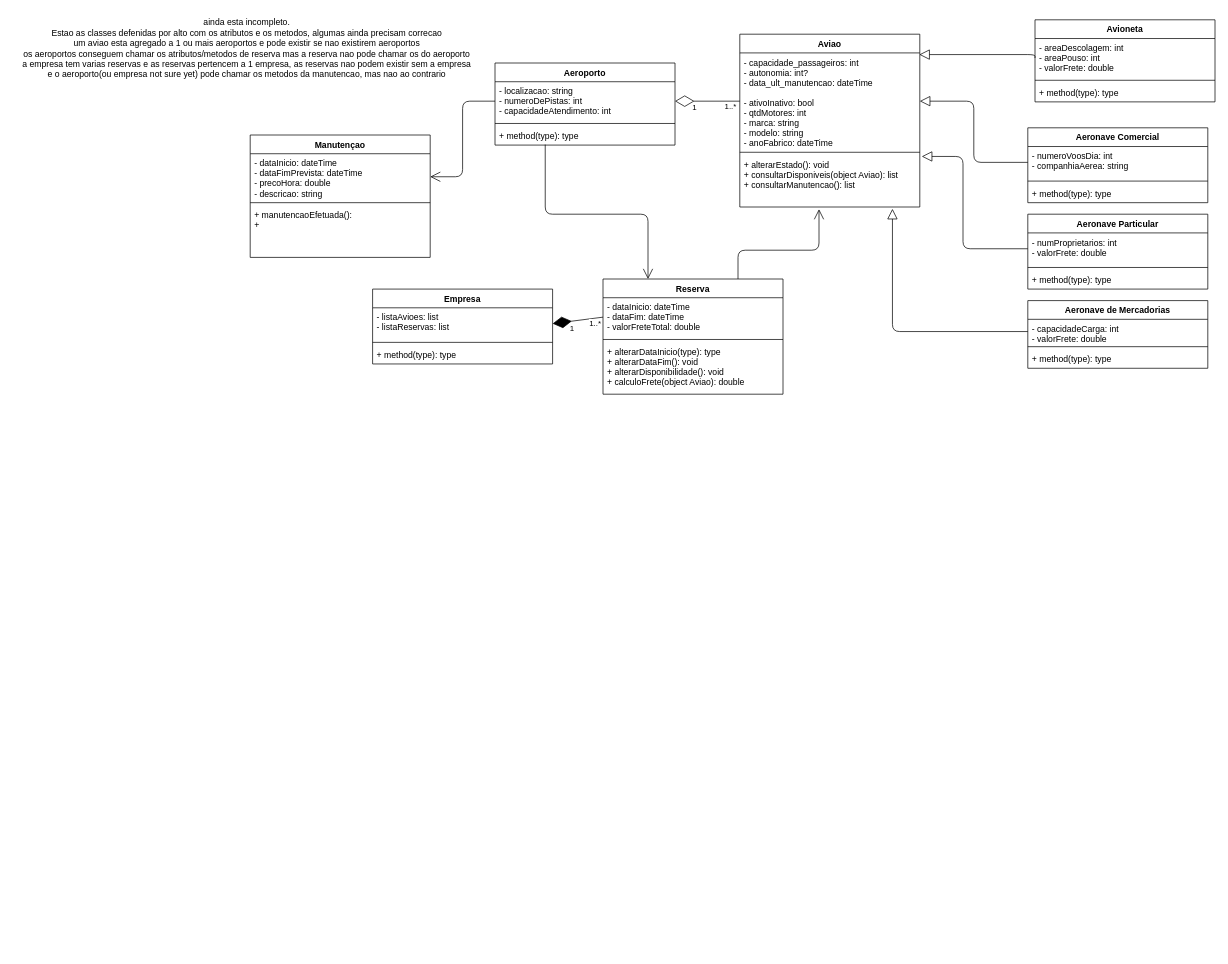
Earlier version of the draw.io diagram planning.drawio (fabi0wz/Freight-Control-AeroMils). Source tidied: cells renumbered, new cells numbered last; positions are measured from the earlier drawing's top-left corner, leaving out a move shared by most shapes. Both pictures are drawn from the tidied source at 72%, with x=0, y=0 at pixel (12, 12).
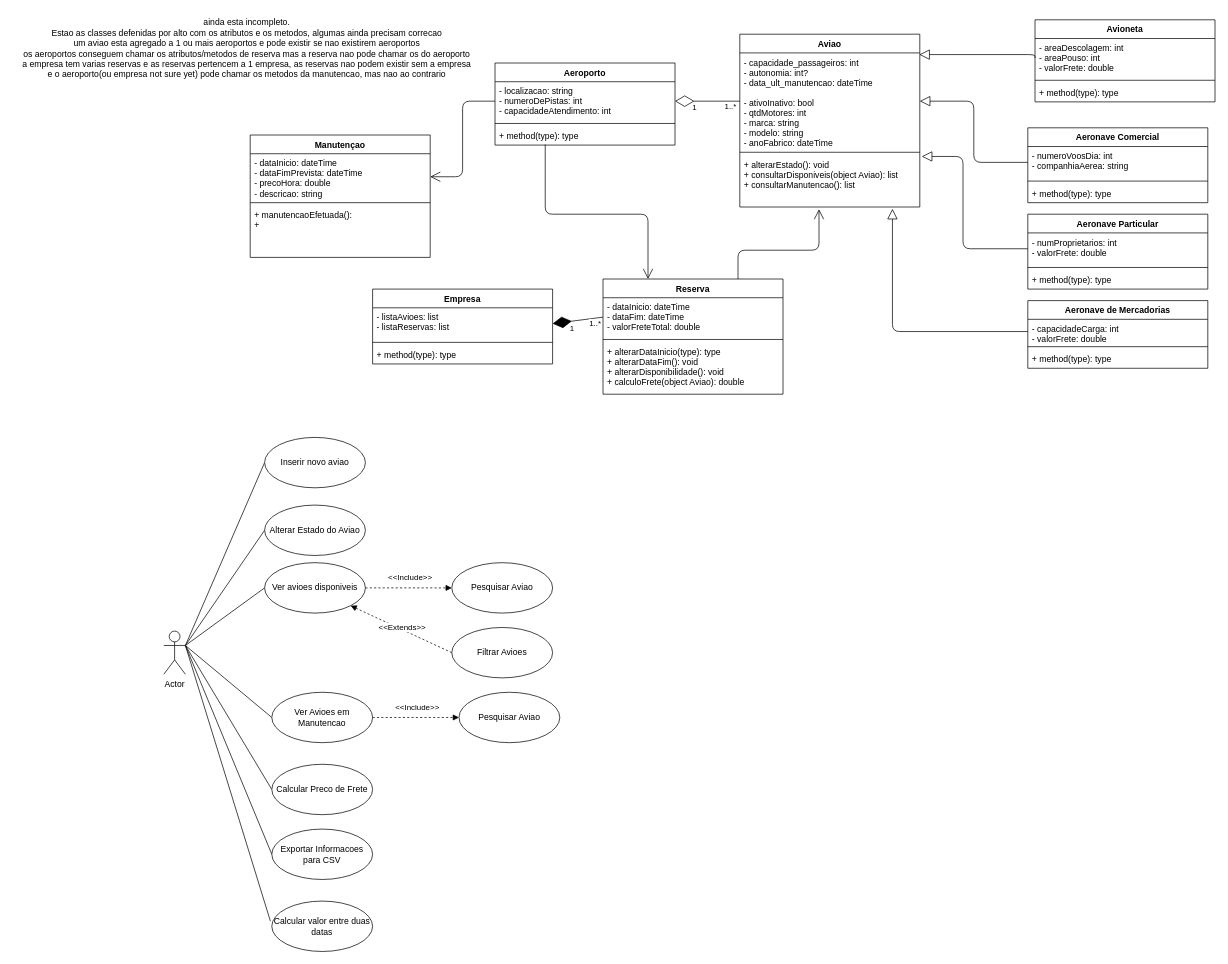
The same diagram, later.

Diff of the diagram source:
```diff
@@
+    <mxCell id="52" style="edgeStyle=none;html=1;exitX=1;exitY=0.3333333333333333;exitDx=0;exitDy=0;exitPerimeter=0;entryX=0;entryY=0.5;entryDx=0;entryDy=0;endArrow=none;endFill=0;" parent="1" edge="1" source="59" target="60">
+      <mxGeometry relative="1" as="geometry" />
+    </mxCell>
+    <mxCell id="53" style="edgeStyle=none;html=1;exitX=1;exitY=0.3333333333333333;exitDx=0;exitDy=0;exitPerimeter=0;entryX=0;entryY=0.5;entryDx=0;entryDy=0;endArrow=none;endFill=0;" parent="1" edge="1" source="59" target="61">
+      <mxGeometry relative="1" as="geometry" />
+    </mxCell>
+    <mxCell id="54" style="edgeStyle=none;html=1;exitX=1;exitY=0.3333333333333333;exitDx=0;exitDy=0;exitPerimeter=0;entryX=0;entryY=0.5;entryDx=0;entryDy=0;endArrow=none;endFill=0;" parent="1" edge="1" source="59" target="64">
+      <mxGeometry relative="1" as="geometry" />
+    </mxCell>
+    <mxCell id="55" style="edgeStyle=none;html=1;exitX=1;exitY=0.3333333333333333;exitDx=0;exitDy=0;exitPerimeter=0;entryX=0;entryY=0.5;entryDx=0;entryDy=0;endArrow=none;endFill=0;" parent="1" edge="1" source="59" target="69">
+      <mxGeometry relative="1" as="geometry" />
+    </mxCell>
+    <mxCell id="56" style="edgeStyle=none;html=1;exitX=1;exitY=0.3333333333333333;exitDx=0;exitDy=0;exitPerimeter=0;entryX=0;entryY=0.5;entryDx=0;entryDy=0;endArrow=none;endFill=0;" parent="1" edge="1" source="59" target="73">
+      <mxGeometry relative="1" as="geometry" />
+    </mxCell>
+    <mxCell id="57" style="edgeStyle=none;html=1;exitX=1;exitY=0.3333333333333333;exitDx=0;exitDy=0;exitPerimeter=0;entryX=0;entryY=0.5;entryDx=0;entryDy=0;endArrow=none;endFill=0;" parent="1" edge="1" source="59" target="74">
+      <mxGeometry relative="1" as="geometry" />
+    </mxCell>
+    <mxCell id="58" style="edgeStyle=none;html=1;exitX=1;exitY=0.3333333333333333;exitDx=0;exitDy=0;exitPerimeter=0;entryX=-0.014;entryY=0.397;entryDx=0;entryDy=0;entryPerimeter=0;endArrow=none;endFill=0;" parent="1" edge="1" source="59" target="75">
+      <mxGeometry relative="1" as="geometry" />
+    </mxCell>
+    <mxCell id="59" value="Actor" style="shape=umlActor;verticalLabelPosition=bottom;verticalAlign=top;html=1;" parent="1" vertex="1">
+      <mxGeometry x="210" y="859" width="30" height="60" as="geometry" />
+    </mxCell>
+    <mxCell id="60" value="Inserir novo aviao" style="ellipse;whiteSpace=wrap;html=1;" parent="1" vertex="1">
+      <mxGeometry x="350" y="590" width="140" height="70" as="geometry" />
+    </mxCell>
+    <mxCell id="61" value="Alterar Estado do Aviao" style="ellipse;whiteSpace=wrap;html=1;" parent="1" vertex="1">
+      <mxGeometry x="350" y="684" width="140" height="70" as="geometry" />
+    </mxCell>
+    <mxCell id="62" style="edgeStyle=none;html=1;exitX=1;exitY=0.5;exitDx=0;exitDy=0;entryX=0;entryY=0.5;entryDx=0;entryDy=0;endArrow=block;endFill=1;dashed=1;" parent="1" edge="1" source="64" target="65">
+      <mxGeometry relative="1" as="geometry" />
+    </mxCell>
+    <mxCell id="63" value="&amp;lt;&amp;lt;Include&amp;gt;&amp;gt;" style="edgeLabel;html=1;align=center;verticalAlign=middle;" parent="62" vertex="1">
+      <mxGeometry x="-0.44" y="3" relative="1" as="geometry">
+        <mxPoint x="27" y="-12" as="offset" />
+      </mxGeometry>
+    </mxCell>
+    <mxCell id="64" value="Ver avioes disponiveis" style="ellipse;whiteSpace=wrap;html=1;" parent="1" vertex="1">
+      <mxGeometry x="350" y="764" width="140" height="70" as="geometry" />
+    </mxCell>
+    <mxCell id="65" value="Pesquisar Aviao" style="ellipse;whiteSpace=wrap;html=1;" parent="1" vertex="1">
+      <mxGeometry x="610" y="764" width="140" height="70" as="geometry" />
+    </mxCell>
+    <mxCell id="66" style="edgeStyle=none;html=1;exitX=0;exitY=0.5;exitDx=0;exitDy=0;entryX=1;entryY=1;entryDx=0;entryDy=0;dashed=1;endArrow=block;endFill=1;" parent="1" edge="1" source="68" target="64">
+      <mxGeometry relative="1" as="geometry" />
+    </mxCell>
+    <mxCell id="67" value="&amp;lt;&amp;lt;Extends&amp;gt;&amp;gt;" style="edgeLabel;html=1;align=center;verticalAlign=middle;" parent="66" vertex="1">
+      <mxGeometry x="0.5" y="3" relative="1" as="geometry">
+        <mxPoint x="37" y="11" as="offset" />
+      </mxGeometry>
+    </mxCell>
+    <mxCell id="68" value="Filtrar Avioes" style="ellipse;whiteSpace=wrap;html=1;" parent="1" vertex="1">
+      <mxGeometry x="610" y="854" width="140" height="70" as="geometry" />
+    </mxCell>
+    <mxCell id="69" value="Ver Avioes em Manutencao" style="ellipse;whiteSpace=wrap;html=1;" parent="1" vertex="1">
+      <mxGeometry x="360" y="944" width="140" height="70" as="geometry" />
+    </mxCell>
+    <mxCell id="70" style="edgeStyle=none;html=1;exitX=1;exitY=0.5;exitDx=0;exitDy=0;entryX=0;entryY=0.5;entryDx=0;entryDy=0;endArrow=block;endFill=1;dashed=1;" parent="1" edge="1" source="69" target="72">
+      <mxGeometry relative="1" as="geometry" />
+    </mxCell>
+    <mxCell id="71" value="&amp;lt;&amp;lt;Include&amp;gt;&amp;gt;" style="edgeLabel;html=1;align=center;verticalAlign=middle;" parent="70" vertex="1">
+      <mxGeometry x="-0.44" y="3" relative="1" as="geometry">
+        <mxPoint x="27" y="-12" as="offset" />
+      </mxGeometry>
+    </mxCell>
+    <mxCell id="72" value="Pesquisar Aviao" style="ellipse;whiteSpace=wrap;html=1;" parent="1" vertex="1">
+      <mxGeometry x="620" y="944" width="140" height="70" as="geometry" />
+    </mxCell>
+    <mxCell id="73" value="Calcular Preco de Frete" style="ellipse;whiteSpace=wrap;html=1;" parent="1" vertex="1">
+      <mxGeometry x="360" y="1044" width="140" height="70" as="geometry" />
+    </mxCell>
+    <mxCell id="74" value="Exportar Informacoes para CSV" style="ellipse;whiteSpace=wrap;html=1;" parent="1" vertex="1">
+      <mxGeometry x="360" y="1134" width="140" height="70" as="geometry" />
+    </mxCell>
+    <mxCell id="75" value="Calcular valor entre duas datas" style="ellipse;whiteSpace=wrap;html=1;" parent="1" vertex="1">
+      <mxGeometry x="360" y="1234" width="140" height="70" as="geometry" />
+    </mxCell>
```
